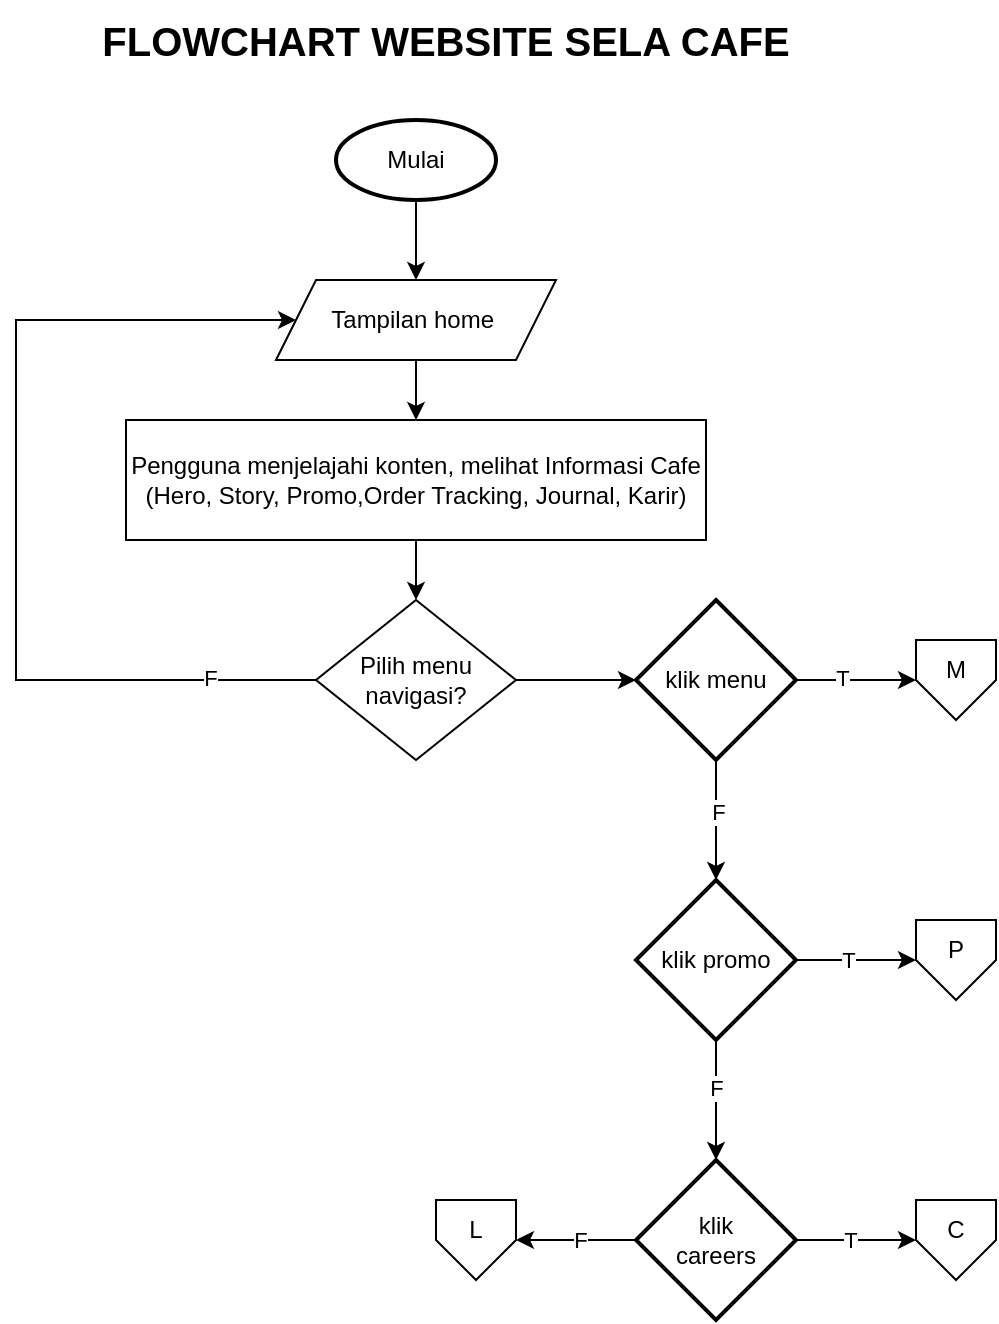
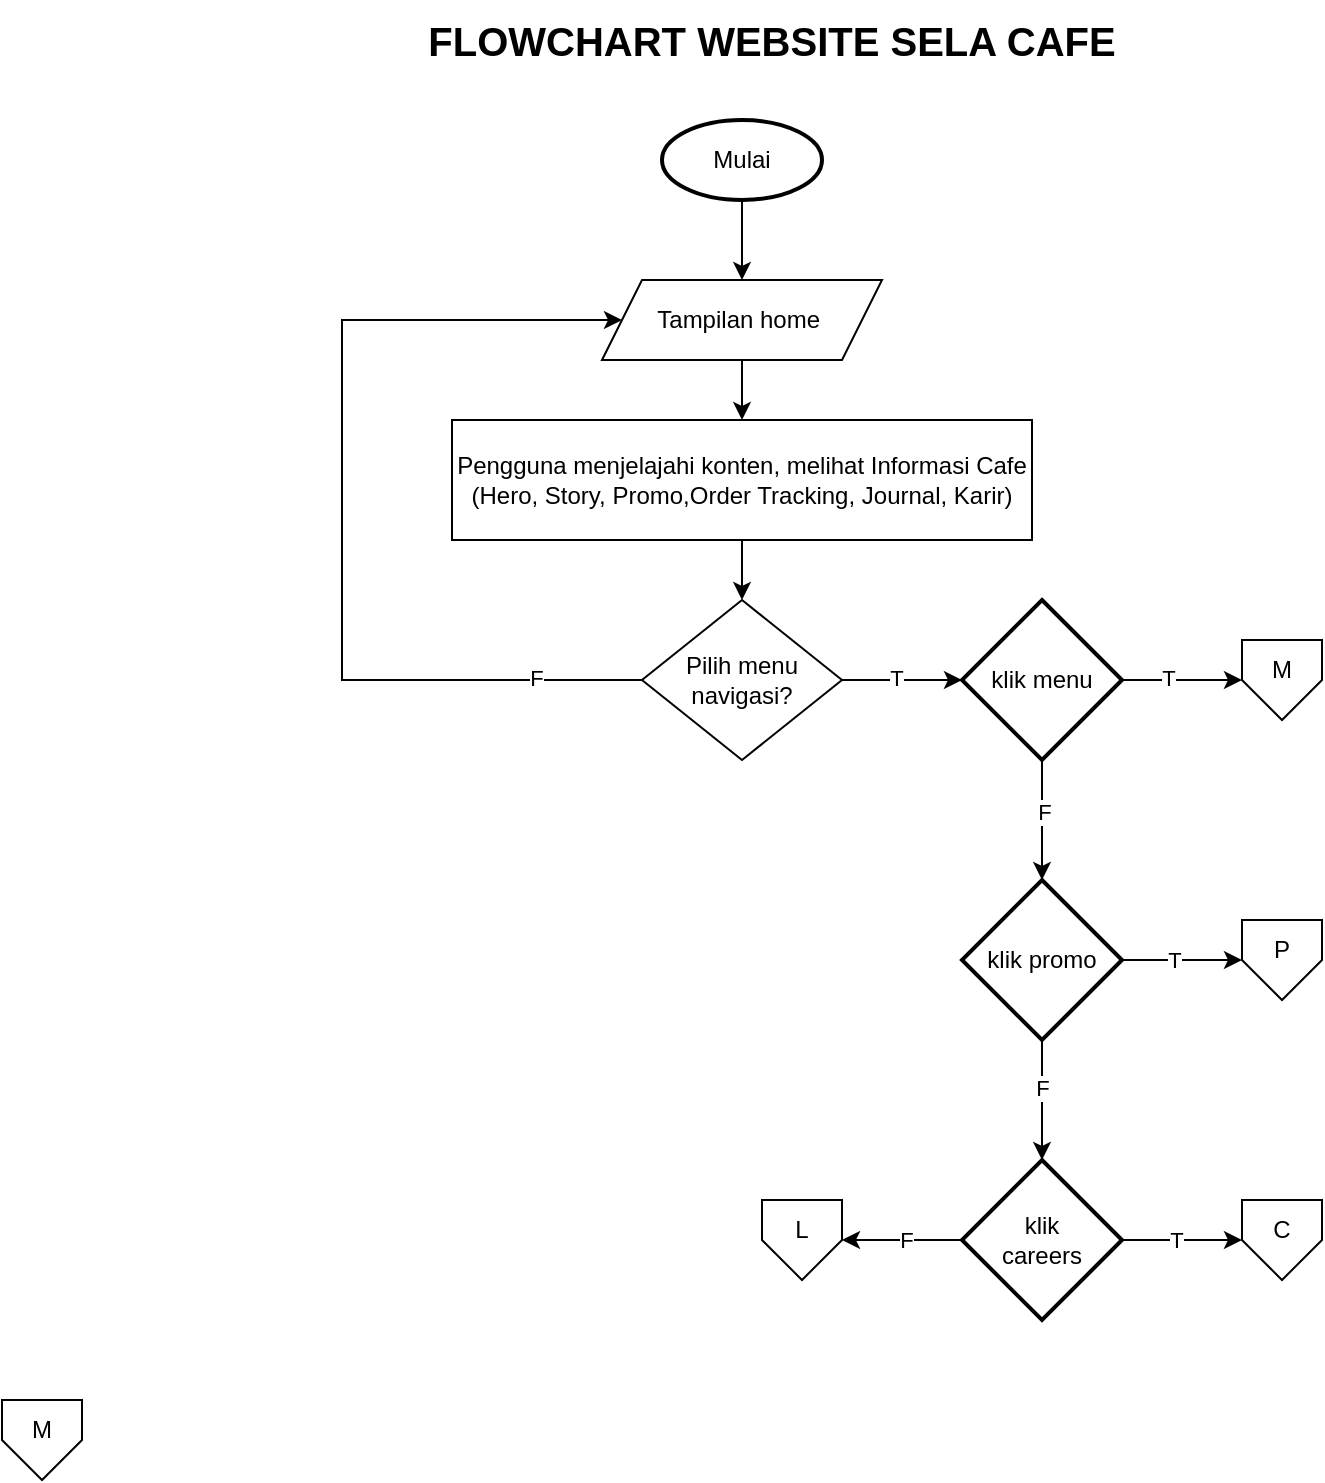
<mxfile host="Electron" pages="2">
  <diagram name="Page-1" id="-JOtRPVJ5w1T2PfX4Ixe">
-     <mxGraphModel dx="1144" dy="733" grid="1" gridSize="10" guides="1" tooltips="1" connect="1" arrows="1" fold="1" page="1" pageScale="1" pageWidth="850" pageHeight="1100" math="0" shadow="0">
+     <mxGraphModel dx="1084" dy="695" grid="1" gridSize="10" guides="1" tooltips="1" connect="1" arrows="1" fold="1" page="1" pageScale="1" pageWidth="850" pageHeight="1100" math="0" shadow="0">
      <root>
        <mxCell id="0" />
        <mxCell id="1" parent="0" />
        <mxCell id="QpNnthjerOW9AzdukYu7-1" parent="1" style="text;html=1;whiteSpace=wrap;strokeColor=none;fillColor=none;align=center;verticalAlign=middle;rounded=0;fontSize=20;fontStyle=1" value="FLOWCHART WEBSITE SELA CAFE" vertex="1">
          <mxGeometry height="40" width="370" x="240" y="20" as="geometry" />
        </mxCell>
        <mxCell id="QpNnthjerOW9AzdukYu7-4" edge="1" parent="1" source="QpNnthjerOW9AzdukYu7-2" style="edgeStyle=orthogonalEdgeStyle;rounded=0;orthogonalLoop=1;jettySize=auto;html=1;" target="sH9oHzXoXP0ugHc3OLfP-13" value="">
          <mxGeometry relative="1" as="geometry">
            <mxPoint x="410" y="150" as="targetPoint" />
          </mxGeometry>
        </mxCell>
        <mxCell id="QpNnthjerOW9AzdukYu7-2" parent="1" style="strokeWidth=2;html=1;shape=mxgraph.flowchart.start_1;whiteSpace=wrap;" value="Mulai" vertex="1">
          <mxGeometry height="40" width="80" x="370" y="80" as="geometry" />
        </mxCell>
        <mxCell id="QpNnthjerOW9AzdukYu7-10" edge="1" parent="1" source="QpNnthjerOW9AzdukYu7-7" style="edgeStyle=orthogonalEdgeStyle;rounded=0;orthogonalLoop=1;jettySize=auto;html=1;" target="QpNnthjerOW9AzdukYu7-9" value="">
          <mxGeometry relative="1" as="geometry" />
        </mxCell>
        <mxCell id="QpNnthjerOW9AzdukYu7-19" connectable="0" parent="QpNnthjerOW9AzdukYu7-10" style="edgeLabel;html=1;align=center;verticalAlign=middle;resizable=0;points=[];" value="F" vertex="1">
          <mxGeometry relative="1" x="-0.1259" y="1" as="geometry">
            <mxPoint as="offset" />
          </mxGeometry>
        </mxCell>
        <mxCell id="QpNnthjerOW9AzdukYu7-23" edge="1" parent="1" source="QpNnthjerOW9AzdukYu7-7" style="edgeStyle=orthogonalEdgeStyle;rounded=0;orthogonalLoop=1;jettySize=auto;html=1;entryX=0;entryY=0.5;entryDx=0;entryDy=0;" target="QpNnthjerOW9AzdukYu7-20" value="">
          <mxGeometry relative="1" as="geometry" />
        </mxCell>
        <mxCell id="QpNnthjerOW9AzdukYu7-27" connectable="0" parent="QpNnthjerOW9AzdukYu7-23" style="edgeLabel;html=1;align=center;verticalAlign=middle;resizable=0;points=[];" value="T" vertex="1">
          <mxGeometry relative="1" x="-0.237" y="1" as="geometry">
            <mxPoint as="offset" />
          </mxGeometry>
        </mxCell>
        <mxCell id="QpNnthjerOW9AzdukYu7-7" parent="1" style="rhombus;whiteSpace=wrap;html=1;strokeWidth=2;" value="klik menu" vertex="1">
          <mxGeometry height="80" width="80" x="520" y="320" as="geometry" />
        </mxCell>
        <mxCell id="QpNnthjerOW9AzdukYu7-12" edge="1" parent="1" source="QpNnthjerOW9AzdukYu7-9" style="edgeStyle=orthogonalEdgeStyle;rounded=0;orthogonalLoop=1;jettySize=auto;html=1;" target="QpNnthjerOW9AzdukYu7-11" value="">
          <mxGeometry relative="1" as="geometry" />
        </mxCell>
        <mxCell id="QpNnthjerOW9AzdukYu7-43" connectable="0" parent="QpNnthjerOW9AzdukYu7-12" style="edgeLabel;html=1;align=center;verticalAlign=middle;resizable=0;points=[];" value="F" vertex="1">
          <mxGeometry relative="1" x="-0.207" as="geometry">
            <mxPoint as="offset" />
          </mxGeometry>
        </mxCell>
        <mxCell id="QpNnthjerOW9AzdukYu7-26" edge="1" parent="1" source="QpNnthjerOW9AzdukYu7-9" style="edgeStyle=orthogonalEdgeStyle;rounded=0;orthogonalLoop=1;jettySize=auto;html=1;entryX=0;entryY=0.5;entryDx=0;entryDy=0;" target="QpNnthjerOW9AzdukYu7-24">
          <mxGeometry relative="1" as="geometry" />
        </mxCell>
        <mxCell id="QpNnthjerOW9AzdukYu7-28" connectable="0" parent="QpNnthjerOW9AzdukYu7-26" style="edgeLabel;html=1;align=center;verticalAlign=middle;resizable=0;points=[];" value="T" vertex="1">
          <mxGeometry relative="1" x="-0.1259" as="geometry">
            <mxPoint as="offset" />
          </mxGeometry>
        </mxCell>
        <mxCell id="QpNnthjerOW9AzdukYu7-9" parent="1" style="rhombus;whiteSpace=wrap;html=1;strokeWidth=2;" value="klik promo" vertex="1">
          <mxGeometry height="80" width="80" x="520" y="460" as="geometry" />
        </mxCell>
        <mxCell id="QpNnthjerOW9AzdukYu7-32" edge="1" parent="1" source="QpNnthjerOW9AzdukYu7-11" style="edgeStyle=orthogonalEdgeStyle;rounded=0;orthogonalLoop=1;jettySize=auto;html=1;entryX=0;entryY=0.5;entryDx=0;entryDy=0;" target="QpNnthjerOW9AzdukYu7-30">
          <mxGeometry relative="1" as="geometry" />
        </mxCell>
        <mxCell id="QpNnthjerOW9AzdukYu7-45" connectable="0" parent="QpNnthjerOW9AzdukYu7-32" style="edgeLabel;html=1;align=center;verticalAlign=middle;resizable=0;points=[];" value="T" vertex="1">
          <mxGeometry relative="1" x="-0.1041" as="geometry">
            <mxPoint as="offset" />
          </mxGeometry>
        </mxCell>
        <mxCell id="sH9oHzXoXP0ugHc3OLfP-23" edge="1" parent="1" source="QpNnthjerOW9AzdukYu7-11" style="edgeStyle=orthogonalEdgeStyle;rounded=0;orthogonalLoop=1;jettySize=auto;html=1;entryX=1;entryY=0.5;entryDx=0;entryDy=0;" target="QpNnthjerOW9AzdukYu7-35">
          <mxGeometry relative="1" as="geometry" />
        </mxCell>
        <mxCell id="sH9oHzXoXP0ugHc3OLfP-24" connectable="0" parent="sH9oHzXoXP0ugHc3OLfP-23" style="edgeLabel;html=1;align=center;verticalAlign=middle;resizable=0;points=[];" value="F" vertex="1">
          <mxGeometry relative="1" x="-0.053" as="geometry">
            <mxPoint as="offset" />
          </mxGeometry>
        </mxCell>
        <mxCell id="QpNnthjerOW9AzdukYu7-11" parent="1" style="rhombus;whiteSpace=wrap;html=1;strokeWidth=2;" value="klik&lt;div&gt;careers&lt;/div&gt;" vertex="1">
          <mxGeometry height="80" width="80" x="520" y="600" as="geometry" />
        </mxCell>
        <mxCell id="QpNnthjerOW9AzdukYu7-20" parent="1" style="verticalLabelPosition=bottom;verticalAlign=top;html=1;shape=offPageConnector;rounded=0;size=0.5;" value="" vertex="1">
          <mxGeometry height="40" width="40" x="660" y="340" as="geometry" />
        </mxCell>
        <mxCell id="QpNnthjerOW9AzdukYu7-21" parent="1" style="text;html=1;whiteSpace=wrap;strokeColor=none;fillColor=none;align=center;verticalAlign=middle;rounded=0;" value="M" vertex="1">
          <mxGeometry height="30" width="20" x="670" y="340" as="geometry" />
        </mxCell>
        <mxCell id="QpNnthjerOW9AzdukYu7-24" parent="1" style="verticalLabelPosition=bottom;verticalAlign=top;html=1;shape=offPageConnector;rounded=0;size=0.5;" value="" vertex="1">
          <mxGeometry height="40" width="40" x="660" y="480" as="geometry" />
        </mxCell>
        <mxCell id="QpNnthjerOW9AzdukYu7-25" parent="1" style="text;html=1;whiteSpace=wrap;strokeColor=none;fillColor=none;align=center;verticalAlign=middle;rounded=0;" value="P" vertex="1">
          <mxGeometry height="30" width="20" x="670" y="480" as="geometry" />
        </mxCell>
        <mxCell id="QpNnthjerOW9AzdukYu7-30" parent="1" style="verticalLabelPosition=bottom;verticalAlign=top;html=1;shape=offPageConnector;rounded=0;size=0.5;" value="" vertex="1">
          <mxGeometry height="40" width="40" x="660" y="620" as="geometry" />
        </mxCell>
        <mxCell id="QpNnthjerOW9AzdukYu7-31" parent="1" style="text;html=1;whiteSpace=wrap;strokeColor=none;fillColor=none;align=center;verticalAlign=middle;rounded=0;" value="C" vertex="1">
          <mxGeometry height="30" width="20" x="670" y="620" as="geometry" />
        </mxCell>
        <mxCell id="QpNnthjerOW9AzdukYu7-35" parent="1" style="verticalLabelPosition=bottom;verticalAlign=top;html=1;shape=offPageConnector;rounded=0;size=0.5;" value="" vertex="1">
          <mxGeometry height="40" width="40" x="420" y="620" as="geometry" />
        </mxCell>
        <mxCell id="QpNnthjerOW9AzdukYu7-36" parent="1" style="text;html=1;whiteSpace=wrap;strokeColor=none;fillColor=none;align=center;verticalAlign=middle;rounded=0;" value="L" vertex="1">
          <mxGeometry height="30" width="20" x="430" y="620" as="geometry" />
        </mxCell>
        <mxCell id="sH9oHzXoXP0ugHc3OLfP-15" edge="1" parent="1" source="sH9oHzXoXP0ugHc3OLfP-13" style="edgeStyle=orthogonalEdgeStyle;rounded=0;orthogonalLoop=1;jettySize=auto;html=1;" target="sH9oHzXoXP0ugHc3OLfP-14" value="">
          <mxGeometry relative="1" as="geometry" />
        </mxCell>
        <mxCell id="sH9oHzXoXP0ugHc3OLfP-13" parent="1" style="shape=parallelogram;perimeter=parallelogramPerimeter;whiteSpace=wrap;html=1;fixedSize=1;" value="Tampilan home&amp;nbsp;" vertex="1">
          <mxGeometry height="40" width="140" x="340" y="160" as="geometry" />
        </mxCell>
        <mxCell id="sH9oHzXoXP0ugHc3OLfP-17" edge="1" parent="1" source="sH9oHzXoXP0ugHc3OLfP-14" style="edgeStyle=orthogonalEdgeStyle;rounded=0;orthogonalLoop=1;jettySize=auto;html=1;" target="sH9oHzXoXP0ugHc3OLfP-16" value="">
          <mxGeometry relative="1" as="geometry" />
        </mxCell>
        <mxCell id="sH9oHzXoXP0ugHc3OLfP-14" parent="1" style="rounded=0;whiteSpace=wrap;html=1;" value="Pengguna menjelajahi konten, melihat Informasi Cafe&lt;br&gt;(Hero, Story, Promo,Order Tracking, Journal, Karir)" vertex="1">
          <mxGeometry height="60" width="290" x="265" y="230" as="geometry" />
        </mxCell>
        <mxCell id="sH9oHzXoXP0ugHc3OLfP-19" edge="1" parent="1" source="sH9oHzXoXP0ugHc3OLfP-16" style="edgeStyle=orthogonalEdgeStyle;rounded=0;orthogonalLoop=1;jettySize=auto;html=1;entryX=0;entryY=0.5;entryDx=0;entryDy=0;" target="sH9oHzXoXP0ugHc3OLfP-13">
          <mxGeometry relative="1" as="geometry">
            <Array as="points">
              <mxPoint x="210" y="360" />
              <mxPoint x="210" y="180" />
            </Array>
          </mxGeometry>
        </mxCell>
        <mxCell id="sH9oHzXoXP0ugHc3OLfP-21" connectable="0" parent="sH9oHzXoXP0ugHc3OLfP-19" style="edgeLabel;html=1;align=center;verticalAlign=middle;resizable=0;points=[];" value="F" vertex="1">
          <mxGeometry relative="1" x="-0.775" y="-1" as="geometry">
            <mxPoint as="offset" />
          </mxGeometry>
        </mxCell>
        <mxCell id="sH9oHzXoXP0ugHc3OLfP-22" edge="1" parent="1" source="sH9oHzXoXP0ugHc3OLfP-16" style="edgeStyle=orthogonalEdgeStyle;rounded=0;orthogonalLoop=1;jettySize=auto;html=1;entryX=0;entryY=0.5;entryDx=0;entryDy=0;" target="QpNnthjerOW9AzdukYu7-7">
          <mxGeometry relative="1" as="geometry" />
        </mxCell>
+         <mxCell id="sH9oHzXoXP0ugHc3OLfP-25" connectable="0" parent="sH9oHzXoXP0ugHc3OLfP-22" style="edgeLabel;html=1;align=center;verticalAlign=middle;resizable=0;points=[];" value="T" vertex="1">
+           <mxGeometry relative="1" x="-0.1119" y="1" as="geometry">
+             <mxPoint as="offset" />
+           </mxGeometry>
+         </mxCell>
        <mxCell id="sH9oHzXoXP0ugHc3OLfP-16" parent="1" style="rhombus;whiteSpace=wrap;html=1;rounded=0;" value="Pilih menu&lt;div&gt;navigasi?&lt;/div&gt;" vertex="1">
          <mxGeometry height="80" width="100" x="360" y="320" as="geometry" />
+         </mxCell>
+         <mxCell id="sH9oHzXoXP0ugHc3OLfP-26" parent="1" style="verticalLabelPosition=bottom;verticalAlign=top;html=1;shape=offPageConnector;rounded=0;size=0.5;" value="" vertex="1">
+           <mxGeometry height="40" width="40" x="40" y="720" as="geometry" />
+         </mxCell>
+         <mxCell id="sH9oHzXoXP0ugHc3OLfP-27" parent="1" style="text;html=1;whiteSpace=wrap;strokeColor=none;fillColor=none;align=center;verticalAlign=middle;rounded=0;" value="M" vertex="1">
+           <mxGeometry height="30" width="20" x="50" y="720" as="geometry" />
        </mxCell>
      </root>
    </mxGraphModel>
  </diagram>
  <diagram id="FplpcKK1sW9CBVPoqNFk" name="Page-2">
    <mxGraphModel dx="1030" dy="660" grid="1" gridSize="10" guides="1" tooltips="1" connect="1" arrows="1" fold="1" page="1" pageScale="1" pageWidth="850" pageHeight="1100" math="0" shadow="0">
      <root>
        <mxCell id="0" />
        <mxCell id="1" parent="0" />
        <mxCell id="xOxgogol5Xfzn46s1dAY-1" parent="1" style="verticalLabelPosition=bottom;verticalAlign=top;html=1;shape=offPageConnector;rounded=0;size=0.5;" value="" vertex="1">
          <mxGeometry height="40" width="40" x="405" y="30" as="geometry" />
        </mxCell>
        <mxCell id="xOxgogol5Xfzn46s1dAY-2" parent="1" style="text;html=1;whiteSpace=wrap;strokeColor=none;fillColor=none;align=center;verticalAlign=middle;rounded=0;" value="H" vertex="1">
          <mxGeometry height="30" width="60" x="395" y="30" as="geometry" />
        </mxCell>
      </root>
    </mxGraphModel>
  </diagram>
</mxfile>
